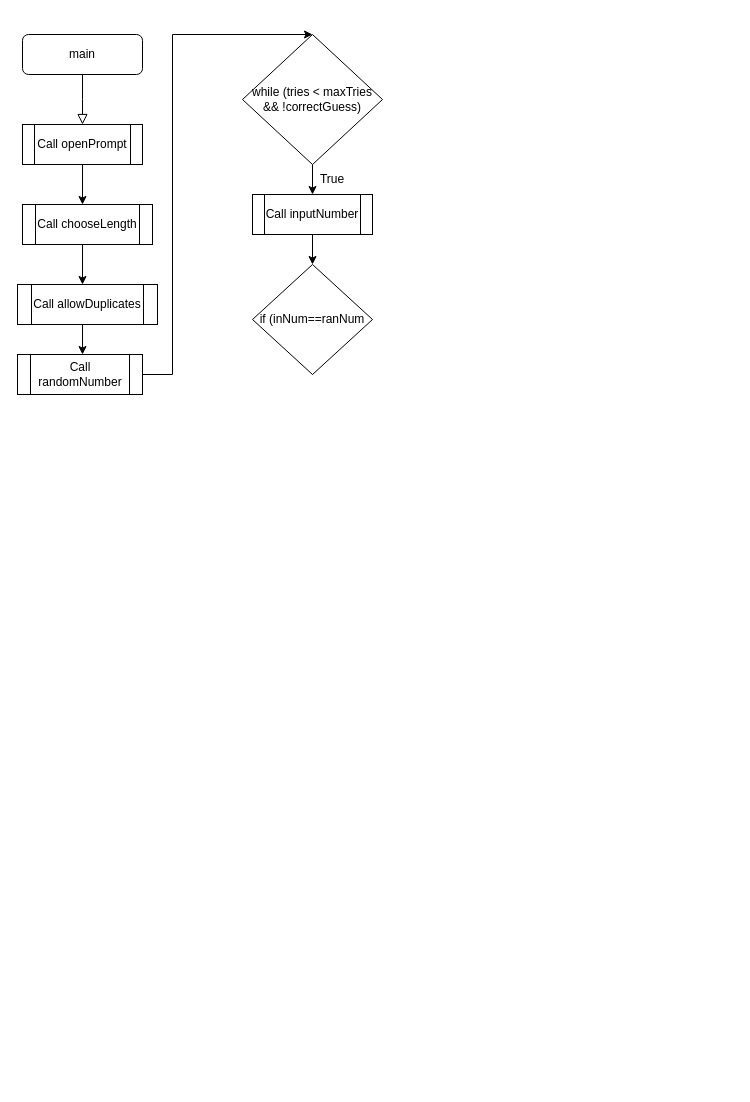
calipalii/CIS7 keeps this draw.io diagram as Mastermind/Untitled Diagram.drawio. Above is the earlier version. Source tidied: cells renumbered, new cells numbered last; positions are measured from the earlier drawing's top-left corner, leaving out a move shared by most shapes. Both pictures are drawn from the tidied source at 100%, with x=0, y=0 at pixel (17, 34).
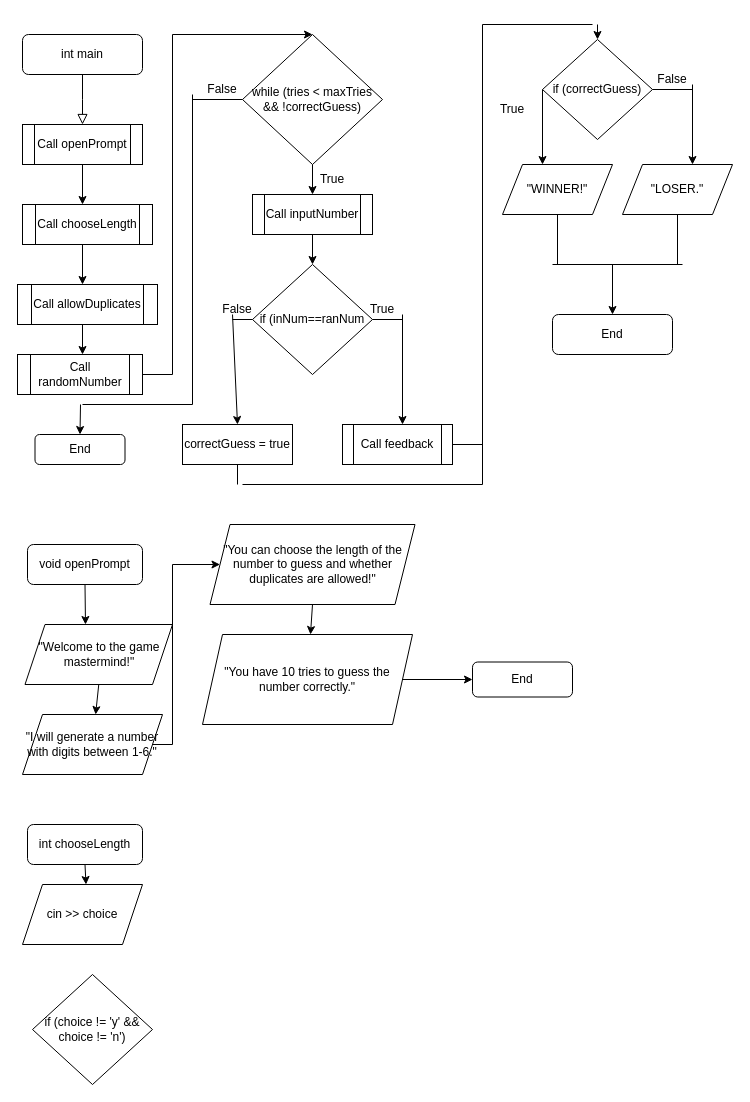
The same diagram, later.

Unchanged cells that the change refers to:
```xml
<mxCell id="7" value="while (tries &amp;lt; maxTries &amp;amp;&amp;amp; !correctGuess)" style="rhombus;whiteSpace=wrap;html=1;" parent="1" vertex="1">
  <mxGeometry x="225" width="140" height="130" as="geometry" />
</mxCell>
<mxCell id="14" value="if (inNum==ranNum" style="rhombus;whiteSpace=wrap;html=1;" parent="1" vertex="1">
  <mxGeometry x="235" y="230" width="120" height="110" as="geometry" />
</mxCell>
```

Diff of the diagram source:
```diff
@@
-    <mxCell id="3" value="main" style="rounded=1;whiteSpace=wrap;html=1;fontSize=12;glass=0;strokeWidth=1;shadow=0;" parent="1" vertex="1">
+    <mxCell id="3" value="int main" style="rounded=1;whiteSpace=wrap;html=1;fontSize=12;glass=0;strokeWidth=1;shadow=0;" parent="1" vertex="1">
       <mxGeometry x="5" width="120" height="40" as="geometry" />
     </mxCell>
@@
+    <mxCell id="21" value="correctGuess = true" style="rounded=0;whiteSpace=wrap;html=1;" parent="1" vertex="1">
+      <mxGeometry x="165" y="390" width="110" height="40" as="geometry" />
+    </mxCell>
+    <mxCell id="22" style="endArrow=none;html=1;rounded=0;entryX=0;entryY=0.5;entryDx=0;entryDy=0;" parent="1" edge="1" target="14">
+      <mxGeometry relative="1" as="geometry">
+        <mxPoint x="215" y="285" as="sourcePoint" />
+      </mxGeometry>
+    </mxCell>
+    <mxCell id="23" style="endArrow=classic;html=1;rounded=0;entryX=0.5;entryY=0;entryDx=0;entryDy=0;" parent="1" edge="1">
+      <mxGeometry relative="1" as="geometry">
+        <mxPoint x="385" y="280" as="sourcePoint" />
+        <mxPoint x="385" y="390" as="targetPoint" />
+      </mxGeometry>
+    </mxCell>
+    <mxCell id="24" style="endArrow=none;html=1;rounded=0;exitX=1;exitY=0.5;exitDx=0;exitDy=0;" parent="1" edge="1" source="14">
+      <mxGeometry relative="1" as="geometry">
+        <mxPoint x="385" y="285" as="targetPoint" />
+      </mxGeometry>
+    </mxCell>
+    <mxCell id="25" style="endArrow=classic;html=1;rounded=0;entryX=0.5;entryY=0;entryDx=0;entryDy=0;" parent="1" edge="1" target="21">
+      <mxGeometry relative="1" as="geometry">
+        <mxPoint x="215" y="280" as="sourcePoint" />
+      </mxGeometry>
+    </mxCell>
+    <mxCell id="26" value="Call feedback" style="shape=process;whiteSpace=wrap;html=1;backgroundOutline=1;" parent="1" vertex="1">
+      <mxGeometry x="325" y="390" width="110" height="40" as="geometry" />
+    </mxCell>
+    <mxCell id="27" value="True" style="text;html=1;align=center;verticalAlign=middle;whiteSpace=wrap;rounded=0;" parent="1" vertex="1">
+      <mxGeometry x="335" y="260" width="60" height="30" as="geometry" />
+    </mxCell>
+    <mxCell id="28" value="False" style="text;html=1;align=center;verticalAlign=middle;whiteSpace=wrap;rounded=0;" parent="1" vertex="1">
+      <mxGeometry x="190" y="260" width="60" height="30" as="geometry" />
+    </mxCell>
+    <mxCell id="29" value="End" style="rounded=1;whiteSpace=wrap;html=1;" parent="1" vertex="1">
+      <mxGeometry x="17.5" y="400" width="90" height="30" as="geometry" />
+    </mxCell>
+    <mxCell id="30" style="endArrow=none;html=1;rounded=0;entryX=0;entryY=0.5;entryDx=0;entryDy=0;" parent="1" edge="1" target="7">
+      <mxGeometry relative="1" as="geometry">
+        <mxPoint x="175" y="65" as="sourcePoint" />
+      </mxGeometry>
+    </mxCell>
+    <mxCell id="31" style="endArrow=none;html=1;rounded=0;" parent="1" edge="1">
+      <mxGeometry relative="1" as="geometry">
+        <mxPoint x="175" y="370" as="sourcePoint" />
+        <mxPoint x="175" y="60" as="targetPoint" />
+      </mxGeometry>
+    </mxCell>
+    <mxCell id="32" style="endArrow=none;html=1;rounded=0;" parent="1" edge="1">
+      <mxGeometry relative="1" as="geometry">
+        <mxPoint x="65" y="370" as="sourcePoint" />
+        <mxPoint x="175" y="370" as="targetPoint" />
+      </mxGeometry>
+    </mxCell>
+    <mxCell id="33" style="endArrow=classic;html=1;rounded=0;entryX=0.5;entryY=0;entryDx=0;entryDy=0;" parent="1" edge="1" target="29">
+      <mxGeometry relative="1" as="geometry">
+        <mxPoint x="63" y="370" as="sourcePoint" />
+      </mxGeometry>
+    </mxCell>
+    <mxCell id="34" value="False" style="text;html=1;align=center;verticalAlign=middle;whiteSpace=wrap;rounded=0;" parent="1" vertex="1">
+      <mxGeometry x="175" y="40" width="60" height="30" as="geometry" />
+    </mxCell>
+    <mxCell id="35" style="endArrow=none;html=1;rounded=0;entryX=1;entryY=0.5;entryDx=0;entryDy=0;" parent="1" edge="1" target="26">
+      <mxGeometry relative="1" as="geometry">
+        <mxPoint x="465" y="410" as="sourcePoint" />
+      </mxGeometry>
+    </mxCell>
+    <mxCell id="36" style="endArrow=none;html=1;rounded=0;entryX=0.5;entryY=1;entryDx=0;entryDy=0;" parent="1" edge="1" target="21">
+      <mxGeometry relative="1" as="geometry">
+        <mxPoint x="220" y="450" as="sourcePoint" />
+      </mxGeometry>
+    </mxCell>
+    <mxCell id="37" style="endArrow=none;html=1;rounded=0;" parent="1" edge="1">
+      <mxGeometry relative="1" as="geometry">
+        <mxPoint x="225" y="450" as="sourcePoint" />
+        <mxPoint x="465" y="450" as="targetPoint" />
+      </mxGeometry>
+    </mxCell>
+    <mxCell id="38" style="endArrow=none;html=1;rounded=0;" parent="1" edge="1">
+      <mxGeometry relative="1" as="geometry">
+        <mxPoint x="465" y="-10" as="sourcePoint" />
+        <mxPoint x="465" y="450" as="targetPoint" />
+      </mxGeometry>
+    </mxCell>
+    <mxCell id="39" value="if (correctGuess)" style="rhombus;whiteSpace=wrap;html=1;" parent="1" vertex="1">
+      <mxGeometry x="525" y="5" width="110" height="100" as="geometry" />
+    </mxCell>
+    <mxCell id="40" style="endArrow=none;html=1;rounded=0;" parent="1" edge="1">
+      <mxGeometry relative="1" as="geometry">
+        <mxPoint x="575" y="-10" as="sourcePoint" />
+        <mxPoint x="465" y="-10" as="targetPoint" />
+      </mxGeometry>
+    </mxCell>
+    <mxCell id="41" style="endArrow=classic;html=1;rounded=0;entryX=0.5;entryY=0;entryDx=0;entryDy=0;" parent="1" edge="1" target="39">
+      <mxGeometry relative="1" as="geometry">
+        <mxPoint x="580" y="-10" as="sourcePoint" />
+      </mxGeometry>
+    </mxCell>
+    <mxCell id="42" style="endArrow=classic;html=1;rounded=0;exitX=0;exitY=0.5;exitDx=0;exitDy=0;" parent="1" edge="1" source="39">
+      <mxGeometry relative="1" as="geometry">
+        <mxPoint x="525" y="130" as="targetPoint" />
+      </mxGeometry>
+    </mxCell>
+    <mxCell id="43" value="&quot;WINNER!&quot;" style="shape=parallelogram;perimeter=parallelogramPerimeter;whiteSpace=wrap;html=1;fixedSize=1;" parent="1" vertex="1">
+      <mxGeometry x="485" y="130" width="110" height="50" as="geometry" />
+    </mxCell>
+    <mxCell id="44" value="&quot;LOSER.&quot;" style="shape=parallelogram;perimeter=parallelogramPerimeter;whiteSpace=wrap;html=1;fixedSize=1;" parent="1" vertex="1">
+      <mxGeometry x="605" y="130" width="110" height="50" as="geometry" />
+    </mxCell>
+    <mxCell id="45" style="endArrow=none;html=1;rounded=0;entryX=1;entryY=0.5;entryDx=0;entryDy=0;" parent="1" edge="1" target="39">
+      <mxGeometry relative="1" as="geometry">
+        <mxPoint x="675" y="55" as="sourcePoint" />
+      </mxGeometry>
+    </mxCell>
+    <mxCell id="46" style="endArrow=classic;html=1;rounded=0;" parent="1" edge="1">
+      <mxGeometry relative="1" as="geometry">
+        <mxPoint x="675" y="50" as="sourcePoint" />
+        <mxPoint x="675" y="130" as="targetPoint" />
+      </mxGeometry>
+    </mxCell>
+    <mxCell id="47" style="endArrow=none;html=1;rounded=0;entryX=0.5;entryY=1;entryDx=0;entryDy=0;" parent="1" edge="1" target="43">
+      <mxGeometry relative="1" as="geometry">
+        <mxPoint x="540" y="230" as="sourcePoint" />
+      </mxGeometry>
+    </mxCell>
+    <mxCell id="48" style="endArrow=none;html=1;rounded=0;entryX=0.5;entryY=1;entryDx=0;entryDy=0;" parent="1" edge="1" target="44">
+      <mxGeometry relative="1" as="geometry">
+        <mxPoint x="660" y="230" as="sourcePoint" />
+      </mxGeometry>
+    </mxCell>
+    <mxCell id="49" style="endArrow=none;html=1;rounded=0;" parent="1" edge="1">
+      <mxGeometry relative="1" as="geometry">
+        <mxPoint x="665" y="230" as="sourcePoint" />
+        <mxPoint x="535" y="230" as="targetPoint" />
+      </mxGeometry>
+    </mxCell>
+    <mxCell id="50" style="endArrow=classic;html=1;rounded=0;" parent="1" edge="1" target="51">
+      <mxGeometry relative="1" as="geometry">
+        <mxPoint x="595" y="230" as="sourcePoint" />
+      </mxGeometry>
+    </mxCell>
+    <mxCell id="51" value="End" style="rounded=1;whiteSpace=wrap;html=1;" parent="1" vertex="1">
+      <mxGeometry x="535" y="280" width="120" height="40" as="geometry" />
+    </mxCell>
+    <mxCell id="52" value="True" style="text;html=1;align=center;verticalAlign=middle;whiteSpace=wrap;rounded=0;" parent="1" vertex="1">
+      <mxGeometry x="465" y="60" width="60" height="30" as="geometry" />
+    </mxCell>
+    <mxCell id="53" value="False" style="text;html=1;align=center;verticalAlign=middle;whiteSpace=wrap;rounded=0;" parent="1" vertex="1">
+      <mxGeometry x="625" y="30" width="60" height="30" as="geometry" />
+    </mxCell>
+    <mxCell id="54" value="void openPrompt" style="rounded=1;whiteSpace=wrap;html=1;" parent="1" vertex="1">
+      <mxGeometry x="10" y="510" width="115" height="40" as="geometry" />
+    </mxCell>
+    <mxCell id="55" style="endArrow=classic;html=1;rounded=0;exitX=0.5;exitY=1;exitDx=0;exitDy=0;" parent="1" edge="1" source="54">
+      <mxGeometry relative="1" as="geometry">
+        <mxPoint x="68" y="590" as="targetPoint" />
+      </mxGeometry>
+    </mxCell>
+    <mxCell id="56" value="&quot;Welcome to the game mastermind!&quot;" style="shape=parallelogram;perimeter=parallelogramPerimeter;whiteSpace=wrap;html=1;fixedSize=1;" parent="1" vertex="1">
+      <mxGeometry x="7.5" y="590" width="147.5" height="60" as="geometry" />
+    </mxCell>
+    <mxCell id="57" style="endArrow=classic;html=1;rounded=0;exitX=0.5;exitY=1;exitDx=0;exitDy=0;" parent="1" edge="1" source="56" target="58">
+      <mxGeometry relative="1" as="geometry" />
+    </mxCell>
+    <mxCell id="58" value="&quot;I will generate a number with digits between 1-6.&quot;" style="shape=parallelogram;perimeter=parallelogramPerimeter;whiteSpace=wrap;html=1;fixedSize=1;" parent="1" vertex="1">
+      <mxGeometry x="5" y="680" width="140" height="60" as="geometry" />
+    </mxCell>
+    <mxCell id="59" style="endArrow=none;html=1;rounded=0;exitX=1;exitY=0.5;exitDx=0;exitDy=0;" parent="1" edge="1" source="58">
+      <mxGeometry relative="1" as="geometry">
+        <mxPoint x="155" y="710" as="targetPoint" />
+      </mxGeometry>
+    </mxCell>
+    <mxCell id="60" style="endArrow=none;html=1;rounded=0;" parent="1" edge="1">
+      <mxGeometry relative="1" as="geometry">
+        <mxPoint x="155" y="710" as="sourcePoint" />
+        <mxPoint x="155" y="530" as="targetPoint" />
+      </mxGeometry>
+    </mxCell>
+    <mxCell id="61" style="endArrow=classic;html=1;rounded=0;" parent="1" edge="1" target="62">
+      <mxGeometry relative="1" as="geometry">
+        <mxPoint x="155" y="530" as="sourcePoint" />
+      </mxGeometry>
+    </mxCell>
+    <mxCell id="62" value="&quot;You can choose the length of the number to guess and whether duplicates are allowed!&quot;" style="shape=parallelogram;perimeter=parallelogramPerimeter;whiteSpace=wrap;html=1;fixedSize=1;" parent="1" vertex="1">
+      <mxGeometry x="192.5" y="490" width="205" height="80" as="geometry" />
+    </mxCell>
+    <mxCell id="63" style="endArrow=classic;html=1;rounded=0;exitX=0.5;exitY=1;exitDx=0;exitDy=0;" parent="1" edge="1" source="62" target="64">
+      <mxGeometry relative="1" as="geometry" />
+    </mxCell>
+    <mxCell id="64" value="&quot;You have 10 tries to guess the number correctly.&quot;" style="shape=parallelogram;perimeter=parallelogramPerimeter;whiteSpace=wrap;html=1;fixedSize=1;" parent="1" vertex="1">
+      <mxGeometry x="185" y="600" width="210" height="90" as="geometry" />
+    </mxCell>
+    <mxCell id="65" style="endArrow=classic;html=1;rounded=0;exitX=1;exitY=0.5;exitDx=0;exitDy=0;" parent="1" edge="1" source="64" target="66">
+      <mxGeometry relative="1" as="geometry" />
+    </mxCell>
+    <mxCell id="66" value="End" style="rounded=1;whiteSpace=wrap;html=1;" parent="1" vertex="1">
+      <mxGeometry x="455" y="627.5" width="100" height="35" as="geometry" />
+    </mxCell>
+    <mxCell id="67" value="int chooseLength" style="rounded=1;whiteSpace=wrap;html=1;" parent="1" vertex="1">
+      <mxGeometry x="10" y="790" width="115" height="40" as="geometry" />
+    </mxCell>
+    <mxCell id="68" style="endArrow=classic;html=1;rounded=0;exitX=0.5;exitY=1;exitDx=0;exitDy=0;" parent="1" edge="1" source="67">
+      <mxGeometry relative="1" as="geometry">
+        <mxPoint x="68.5" y="850" as="targetPoint" />
+      </mxGeometry>
+    </mxCell>
+    <mxCell id="69" value="cin &amp;gt;&amp;gt; choice" style="shape=parallelogram;perimeter=parallelogramPerimeter;whiteSpace=wrap;html=1;fixedSize=1;" parent="1" vertex="1">
+      <mxGeometry x="5" y="850" width="120" height="60" as="geometry" />
+    </mxCell>
+    <mxCell id="70" value="if (choice != 'y' &amp;amp;&amp;amp; choice != 'n')" style="rhombus;whiteSpace=wrap;html=1;" parent="1" vertex="1">
+      <mxGeometry x="15" y="940" width="120" height="110" as="geometry" />
+    </mxCell>
```
